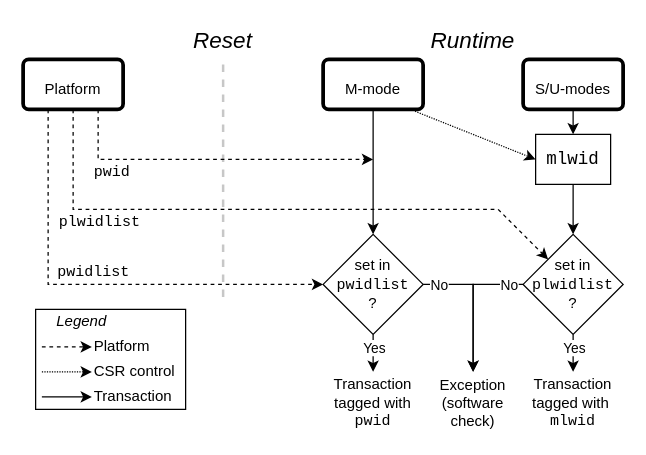
Before: src/images/drawio/Smlwid.drawio in riscv/riscv-worlds, a draw.io diagram. Source tidied: cells renumbered, new cells numbered last; positions are measured from the earlier drawing's top-left corner, leaving out a move shared by most shapes. Both pictures are drawn from the tidied source at 125%, with x=0, y=0 at pixel (22, 21).
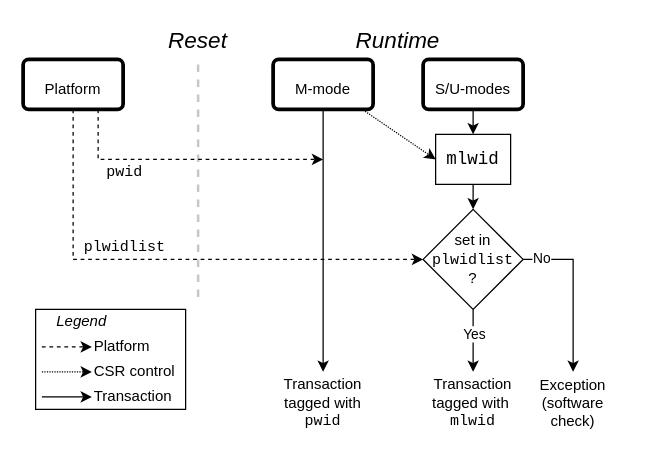
After the change.

The change refers to these unchanged cells:
```xml
<mxCell id="3" value="&lt;font style=&quot;font-size: 12px;&quot;&gt;Platform&lt;/font&gt;" style="html=1;overflow=block;blockSpacing=1;whiteSpace=wrap;fontSize=20;fontColor=default;spacing=3.8;strokeOpacity=100;fillOpacity=100;rounded=1;absoluteArcSize=1;arcSize=9;fillColor=#ffffff;fixDash=1;strokeWidth=3;lucidId=RJBal6eY-SyX;" parent="1" vertex="1">
  <mxGeometry y="30" width="80" height="40" as="geometry" />
</mxCell>
```

Change to the diagram source:
```diff
@@
     <mxCell id="2" style="endArrow=none;html=1;rounded=0;dashed=1;strokeWidth=2;strokeColor=light-dark(#C7C7C7,#EDEDED);" parent="1" edge="1">
       <mxGeometry relative="1" as="geometry">
-        <mxPoint x="160" y="220" as="sourcePoint" />
-        <mxPoint x="160" y="30" as="targetPoint" />
+        <mxPoint x="140" y="220" as="sourcePoint" />
+        <mxPoint x="140" y="30" as="targetPoint" />
       </mxGeometry>
     </mxCell>
@@
     <mxCell id="4" value="&lt;font style=&quot;font-size: 12px;&quot;&gt;M-mode&lt;/font&gt;" style="html=1;overflow=block;blockSpacing=1;whiteSpace=wrap;fontSize=20;spacing=3.8;strokeOpacity=100;fillOpacity=100;rounded=1;absoluteArcSize=1;arcSize=9;fillColor=#ffffff;strokeWidth=3;lucidId=RJBa-lLBp8Ld;" parent="1" vertex="1">
-      <mxGeometry x="240" y="30" width="80" height="40" as="geometry" />
+      <mxGeometry x="200" y="30" width="80" height="40" as="geometry" />
     </mxCell>
     <mxCell id="5" value="&lt;font style=&quot;font-size: 18px;&quot;&gt;&lt;i&gt;Reset&lt;/i&gt;&lt;/font&gt;" style="text;html=1;whiteSpace=wrap;strokeColor=none;fillColor=none;align=center;verticalAlign=middle;rounded=0;" parent="1" vertex="1">
-      <mxGeometry x="130" width="60" height="30" as="geometry" />
+      <mxGeometry x="110" width="60" height="30" as="geometry" />
     </mxCell>
     <mxCell id="6" value="&lt;font style=&quot;font-size: 18px;&quot;&gt;&lt;i&gt;Runtime&lt;/i&gt;&lt;/font&gt;" style="text;html=1;whiteSpace=wrap;strokeColor=none;fillColor=none;align=center;verticalAlign=middle;rounded=0;" parent="1" vertex="1">
-      <mxGeometry x="310" width="100" height="30" as="geometry" />
+      <mxGeometry x="250" width="100" height="30" as="geometry" />
     </mxCell>
     <mxCell id="7" style="endArrow=classic;html=1;rounded=0;exitX=0.75;exitY=1;exitDx=0;exitDy=0;strokeWidth=1;dashed=1;" parent="1" edge="1" source="3">
       <mxGeometry relative="1" as="geometry">
-        <mxPoint x="280" y="110" as="targetPoint" />
+        <mxPoint x="240" y="110" as="targetPoint" />
         <Array as="points">
           <mxPoint x="60" y="110" />
         </Array>
       </mxGeometry>
     </mxCell>
     <mxCell id="8" value="&lt;font style=&quot;font-size: 12px;&quot; face=&quot;Courier New&quot;&gt;pwid&lt;/font&gt;" style="edgeLabel;html=1;align=center;verticalAlign=middle;" parent="7" vertex="1">
       <mxGeometry x="-0.54" y="2" relative="1" as="geometry">
-        <mxPoint x="-10" y="12" as="offset" />
+        <mxPoint x="9" y="12" as="offset" />
       </mxGeometry>
     </mxCell>
-    <mxCell id="9" style="endArrow=classic;html=1;rounded=0;exitX=0.5;exitY=1;exitDx=0;exitDy=0;entryX=0.5;entryY=0;entryDx=0;entryDy=0;strokeWidth=1;" parent="1" edge="1" source="4" target="10">
+    <mxCell id="9" style="endArrow=classic;html=1;rounded=0;exitX=0.5;exitY=1;exitDx=0;exitDy=0;entryX=0.5;entryY=0;entryDx=0;entryDy=0;strokeWidth=1;" parent="1" edge="1" source="4" target="15">
       <mxGeometry relative="1" as="geometry" />
     </mxCell>
-    <mxCell id="10" value="&lt;font style=&quot;font-size: 12px;&quot;&gt;set in&lt;br&gt;&lt;font face=&quot;Courier New&quot; style=&quot;&quot;&gt;pwidlist&lt;br&gt;&lt;/font&gt;?&lt;/font&gt;" style="rhombus;whiteSpace=wrap;html=1;" parent="1" vertex="1">
-      <mxGeometry x="240" y="170" width="80" height="80" as="geometry" />
-    </mxCell>
-    <mxCell id="11" style="endArrow=classic;html=1;rounded=0;strokeWidth=1;exitX=0.25;exitY=1;exitDx=0;exitDy=0;dashed=1;" parent="1" edge="1" source="3" target="10">
-      <mxGeometry relative="1" as="geometry">
-        <Array as="points">
-          <mxPoint x="20" y="210" />
-        </Array>
-      </mxGeometry>
-    </mxCell>
-    <mxCell id="12" value="&lt;font style=&quot;font-size: 12px;&quot; face=&quot;Courier New&quot;&gt;pwidlist&lt;/font&gt;" style="edgeLabel;html=1;align=center;verticalAlign=middle;" parent="11" vertex="1">
-      <mxGeometry x="-0.54" y="2" relative="1" as="geometry">
-        <mxPoint x="33" y="47" as="offset" />
-      </mxGeometry>
-    </mxCell>
-    <mxCell id="13" style="endArrow=classic;html=1;rounded=0;exitX=0.5;exitY=1;exitDx=0;exitDy=0;entryX=0.5;entryY=0;entryDx=0;entryDy=0;strokeWidth=1;" parent="1" edge="1" source="10" target="15">
-      <mxGeometry relative="1" as="geometry" />
-    </mxCell>
-    <mxCell id="14" value="Yes" style="edgeLabel;html=1;align=center;verticalAlign=middle;" parent="13" vertex="1">
-      <mxGeometry x="-0.18" y="4" relative="1" as="geometry">
-        <mxPoint x="-4" y="-2" as="offset" />
-      </mxGeometry>
-    </mxCell>
     <mxCell id="15" value="&lt;font style=&quot;font-size: 12px;&quot;&gt;Transaction&lt;br&gt;tagged with&lt;br&gt;&lt;font face=&quot;Courier New&quot; style=&quot;&quot;&gt;pwid&lt;/font&gt;&lt;/font&gt;" style="text;html=1;whiteSpace=wrap;strokeColor=none;fillColor=none;align=center;verticalAlign=middle;rounded=0;" parent="1" vertex="1">
-      <mxGeometry x="240" y="280" width="80" height="50" as="geometry" />
+      <mxGeometry x="200" y="280" width="80" height="50" as="geometry" />
     </mxCell>
-    <mxCell id="16" style="endArrow=classic;html=1;rounded=0;exitX=1;exitY=0.5;exitDx=0;exitDy=0;strokeWidth=1;entryX=0.5;entryY=0;entryDx=0;entryDy=0;" parent="1" edge="1" source="10" target="18">
-      <mxGeometry relative="1" as="geometry">
-        <Array as="points">
-          <mxPoint x="360" y="210" />
-        </Array>
-      </mxGeometry>
-    </mxCell>
-    <mxCell id="17" value="No" style="edgeLabel;html=1;align=center;verticalAlign=middle;" parent="16" vertex="1">
-      <mxGeometry x="-0.78" y="1" relative="1" as="geometry">
-        <mxPoint y="1" as="offset" />
-      </mxGeometry>
-    </mxCell>
     <mxCell id="18" value="&lt;font style=&quot;font-size: 12px;&quot;&gt;Exception (software check)&lt;/font&gt;" style="text;html=1;whiteSpace=wrap;strokeColor=none;fillColor=none;align=center;verticalAlign=middle;rounded=0;" parent="1" vertex="1">
-      <mxGeometry x="320" y="280" width="80" height="50" as="geometry" />
+      <mxGeometry x="400" y="280" width="80" height="50" as="geometry" />
     </mxCell>
     <mxCell id="19" value="&lt;font style=&quot;font-size: 12px;&quot;&gt;S/U-modes&lt;/font&gt;" style="html=1;overflow=block;blockSpacing=1;whiteSpace=wrap;fontSize=20;spacing=3.8;strokeOpacity=100;fillOpacity=100;rounded=1;absoluteArcSize=1;arcSize=9;fillColor=#ffffff;strokeWidth=3;lucidId=RJBa-lLBp8Ld;" parent="1" vertex="1">
-      <mxGeometry x="400" y="30" width="80" height="40" as="geometry" />
+      <mxGeometry x="320" y="30" width="80" height="40" as="geometry" />
     </mxCell>
     <mxCell id="20" value="&lt;font face=&quot;Courier New&quot;&gt;&lt;font style=&quot;font-size: 14px;&quot;&gt;ml&lt;/font&gt;&lt;span style=&quot;font-size: 14px; background-color: transparent; color: light-dark(rgb(0, 0, 0), rgb(255, 255, 255));&quot;&gt;wid&lt;/span&gt;&lt;/font&gt;" style="rounded=0;whiteSpace=wrap;html=1;" parent="1" vertex="1">
-      <mxGeometry x="410" y="90" width="60" height="40" as="geometry" />
+      <mxGeometry x="330" y="90" width="60" height="40" as="geometry" />
     </mxCell>
@@
     <mxCell id="23" value="&lt;font style=&quot;font-size: 12px;&quot;&gt;set in&lt;br&gt;&lt;font face=&quot;Courier New&quot; style=&quot;&quot;&gt;plwidlist&lt;br&gt;&lt;/font&gt;?&lt;/font&gt;" style="rhombus;whiteSpace=wrap;html=1;" parent="1" vertex="1">
-      <mxGeometry x="400" y="170" width="80" height="80" as="geometry" />
+      <mxGeometry x="320" y="150" width="80" height="80" as="geometry" />
     </mxCell>
-    <mxCell id="24" style="endArrow=classic;html=1;rounded=0;strokeWidth=1;exitX=0;exitY=0.5;exitDx=0;exitDy=0;" parent="1" edge="1" source="23" target="18">
+    <mxCell id="24" style="endArrow=classic;html=1;rounded=0;strokeWidth=1;entryX=0.5;entryY=0;entryDx=0;entryDy=0;exitX=1;exitY=0.5;exitDx=0;exitDy=0;" parent="1" edge="1" source="23" target="18">
       <mxGeometry relative="1" as="geometry">
         <Array as="points">
-          <mxPoint x="360" y="210" />
+          <mxPoint x="440" y="190" />
         </Array>
       </mxGeometry>
     </mxCell>
@@
     <mxCell id="26" value="&lt;font style=&quot;font-size: 12px;&quot;&gt;Transaction tagged with&amp;nbsp; &lt;font face=&quot;Courier New&quot; style=&quot;&quot;&gt;mlwid&lt;/font&gt;&lt;/font&gt;" style="text;html=1;whiteSpace=wrap;strokeColor=none;fillColor=none;align=center;verticalAlign=middle;rounded=0;" parent="1" vertex="1">
-      <mxGeometry x="400" y="280" width="80" height="50" as="geometry" />
+      <mxGeometry x="320" y="280" width="80" height="50" as="geometry" />
     </mxCell>
@@
-    <mxCell id="29" style="endArrow=classic;html=1;rounded=0;exitX=0.5;exitY=1;exitDx=0;exitDy=0;strokeWidth=1;dashed=1;entryX=0;entryY=0;entryDx=0;entryDy=0;" parent="1" edge="1" source="3" target="23">
+    <mxCell id="29" style="endArrow=classic;html=1;rounded=0;exitX=0.5;exitY=1;exitDx=0;exitDy=0;strokeWidth=1;dashed=1;entryX=0;entryY=0.5;entryDx=0;entryDy=0;" parent="1" edge="1" source="3" target="23">
       <mxGeometry relative="1" as="geometry">
         <Array as="points">
-          <mxPoint x="40" y="150" />
-          <mxPoint x="380" y="150" />
+          <mxPoint x="40" y="190" />
         </Array>
       </mxGeometry>
     </mxCell>
     <mxCell id="30" value="&lt;font style=&quot;font-size: 12px;&quot; face=&quot;Courier New&quot;&gt;plwidlist&lt;/font&gt;" style="edgeLabel;html=1;align=center;verticalAlign=middle;" parent="29" vertex="1">
       <mxGeometry x="-0.54" y="2" relative="1" as="geometry">
-        <mxPoint x="-10" y="12" as="offset" />
+        <mxPoint x="38" y="18" as="offset" />
       </mxGeometry>
     </mxCell>
```
